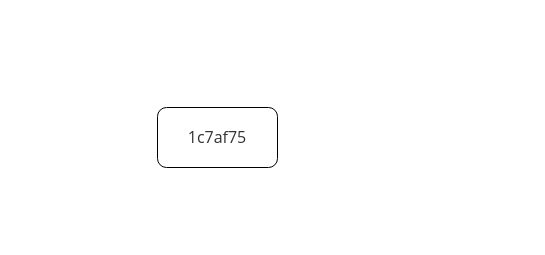
Before: git.drawio in walkerdu/draw_io, a draw.io diagram. Source tidied: cells renumbered, new cells numbered last; positions are measured from the earlier drawing's top-left corner, leaving out a move shared by most shapes. Both pictures are drawn from the tidied source at 100%, with x=0, y=0 at pixel (157, 107).
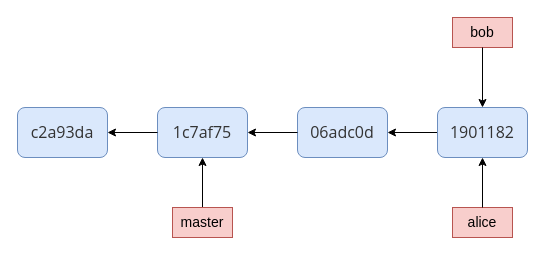
After the change.

The edit, as a diff of the source:
```diff
@@
 <mxGraphModel>
   <root>
     <mxCell id="0" />
     <mxCell id="1" parent="0" />
-    <mxCell id="2" value="&lt;span style=&quot;color: rgb(51 , 51 , 51) ; font-family: &amp;#34;open sans&amp;#34; , &amp;#34;clear sans&amp;#34; , &amp;#34;helvetica neue&amp;#34; , &amp;#34;helvetica&amp;#34; , &amp;#34;arial&amp;#34; , sans-serif ; font-size: 16px ; white-space: pre-wrap ; background-color: rgb(255 , 255 , 255)&quot;&gt;1c7af75&lt;/span&gt;" style="rounded=1;whiteSpace=wrap;html=1;" parent="1" vertex="1">
-      <mxGeometry width="120" height="60" as="geometry" />
+    <mxCell id="2" value="&lt;span style=&quot;color: rgb(51 , 51 , 51) ; font-family: &amp;#34;open sans&amp;#34; , &amp;#34;clear sans&amp;#34; , &amp;#34;helvetica neue&amp;#34; , &amp;#34;helvetica&amp;#34; , &amp;#34;arial&amp;#34; , sans-serif ; font-size: 16px ; white-space: pre-wrap&quot;&gt;1c7af75&lt;/span&gt;" style="rounded=1;whiteSpace=wrap;html=1;fillColor=#dae8fc;strokeColor=#6c8ebf;" parent="1" vertex="1">
+      <mxGeometry width="90" height="50" as="geometry" />
     </mxCell>
+    <mxCell id="3" value="&lt;span style=&quot;color: rgb(51 , 51 , 51) ; font-family: &amp;#34;open sans&amp;#34; , &amp;#34;clear sans&amp;#34; , &amp;#34;helvetica neue&amp;#34; , &amp;#34;helvetica&amp;#34; , &amp;#34;arial&amp;#34; , sans-serif ; font-size: 16px ; white-space: pre-wrap&quot;&gt;06adc0d&lt;/span&gt;" style="rounded=1;whiteSpace=wrap;html=1;fillColor=#dae8fc;strokeColor=#6c8ebf;" parent="1" vertex="1">
+      <mxGeometry x="140" width="90" height="50" as="geometry" />
+    </mxCell>
+    <mxCell id="4" style="endArrow=classic;html=1;entryX=1;entryY=0.5;entryDx=0;entryDy=0;exitX=0;exitY=0.5;exitDx=0;exitDy=0;" parent="1" edge="1" source="3" target="2">
+      <mxGeometry relative="1" as="geometry" />
+    </mxCell>
+    <mxCell id="5" style="endArrow=classic;html=1;exitX=0;exitY=0.5;exitDx=0;exitDy=0;entryX=1;entryY=0.5;entryDx=0;entryDy=0;" parent="1" edge="1" source="6" target="3">
+      <mxGeometry relative="1" as="geometry" />
+    </mxCell>
+    <mxCell id="6" value="&lt;span style=&quot;color: rgb(51 , 51 , 51) ; font-family: &amp;#34;open sans&amp;#34; , &amp;#34;clear sans&amp;#34; , &amp;#34;helvetica neue&amp;#34; , &amp;#34;helvetica&amp;#34; , &amp;#34;arial&amp;#34; , sans-serif ; font-size: 16px ; white-space: pre-wrap&quot;&gt;1901182&lt;/span&gt;" style="rounded=1;whiteSpace=wrap;html=1;fillColor=#dae8fc;strokeColor=#6c8ebf;" parent="1" vertex="1">
+      <mxGeometry x="280" width="90" height="50" as="geometry" />
+    </mxCell>
+    <mxCell id="7" style="endArrow=classic;html=1;entryX=1;entryY=0.5;entryDx=0;entryDy=0;exitX=0;exitY=0.5;exitDx=0;exitDy=0;" parent="1" edge="1" source="2" target="8">
+      <mxGeometry relative="1" as="geometry" />
+    </mxCell>
+    <mxCell id="8" value="&lt;span style=&quot;color: rgb(51 , 51 , 51) ; font-family: &amp;#34;open sans&amp;#34; , &amp;#34;clear sans&amp;#34; , &amp;#34;helvetica neue&amp;#34; , &amp;#34;helvetica&amp;#34; , &amp;#34;arial&amp;#34; , sans-serif ; font-size: 16px ; white-space: pre-wrap&quot;&gt;c2a93da&lt;/span&gt;" style="rounded=1;whiteSpace=wrap;html=1;fillColor=#dae8fc;strokeColor=#6c8ebf;" parent="1" vertex="1">
+      <mxGeometry x="-140" width="90" height="50" as="geometry" />
+    </mxCell>
+    <mxCell id="9" style="endArrow=classic;html=1;entryX=0.5;entryY=1;entryDx=0;entryDy=0;exitX=0.5;exitY=0;exitDx=0;exitDy=0;" parent="1" edge="1" source="10" target="2">
+      <mxGeometry relative="1" as="geometry" />
+    </mxCell>
+    <mxCell id="10" value="&lt;font style=&quot;font-size: 14px&quot;&gt;master&lt;/font&gt;" style="rounded=0;whiteSpace=wrap;html=1;fillColor=#f8cecc;strokeColor=#b85450;" parent="1" vertex="1">
+      <mxGeometry x="15" y="100" width="60" height="30" as="geometry" />
+    </mxCell>
+    <mxCell id="11" value="&lt;font style=&quot;font-size: 14px&quot;&gt;alice&lt;/font&gt;" style="rounded=0;whiteSpace=wrap;html=1;fillColor=#f8cecc;strokeColor=#b85450;" parent="1" vertex="1">
+      <mxGeometry x="295" y="100" width="60" height="30" as="geometry" />
+    </mxCell>
+    <mxCell id="12" value="&lt;font style=&quot;font-size: 14px&quot;&gt;bob&lt;/font&gt;" style="rounded=0;whiteSpace=wrap;html=1;fillColor=#f8cecc;strokeColor=#b85450;" parent="1" vertex="1">
+      <mxGeometry x="295" y="-90" width="60" height="30" as="geometry" />
+    </mxCell>
+    <mxCell id="13" style="endArrow=classic;html=1;entryX=0.5;entryY=1;entryDx=0;entryDy=0;exitX=0.5;exitY=0;exitDx=0;exitDy=0;" parent="1" edge="1" source="11" target="6">
+      <mxGeometry relative="1" as="geometry" />
+    </mxCell>
+    <mxCell id="14" style="endArrow=classic;html=1;exitX=0.5;exitY=1;exitDx=0;exitDy=0;entryX=0.5;entryY=0;entryDx=0;entryDy=0;" parent="1" edge="1" source="12" target="6">
+      <mxGeometry relative="1" as="geometry" />
+    </mxCell>
   </root>
 </mxGraphModel>
```
